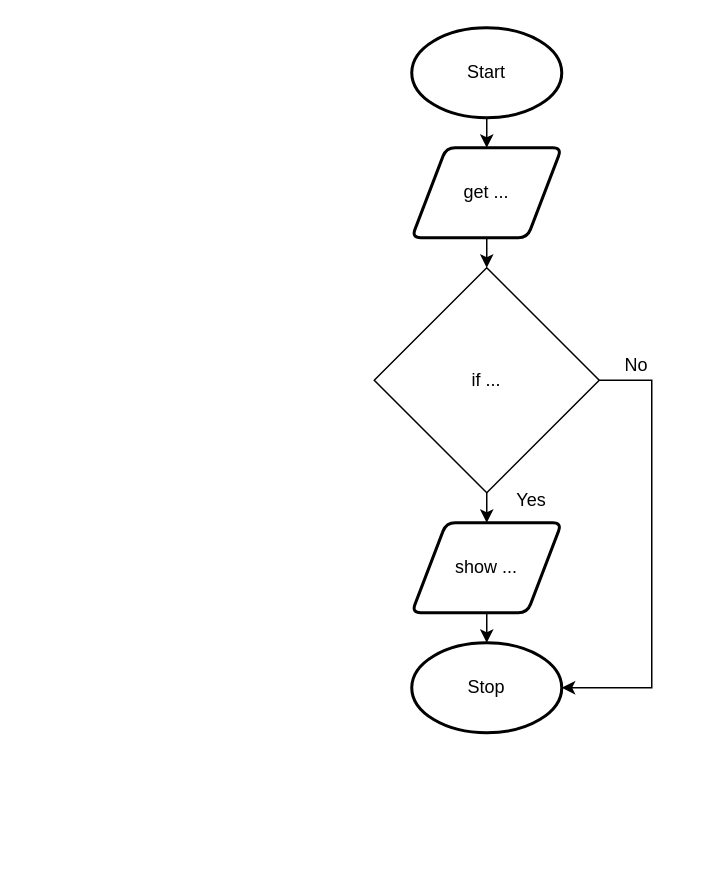
Before: drawio/flowchart/flowchart.drawio in Aidan-Lalonde-Novales/ICS3U-Unit4-07-Python, a draw.io diagram. Source tidied: cells renumbered, new cells numbered last; positions are measured from the earlier drawing's top-left corner, leaving out a move shared by most shapes. Both pictures are drawn from the tidied source at 150%, with x=0, y=0 at pixel (374, 27).
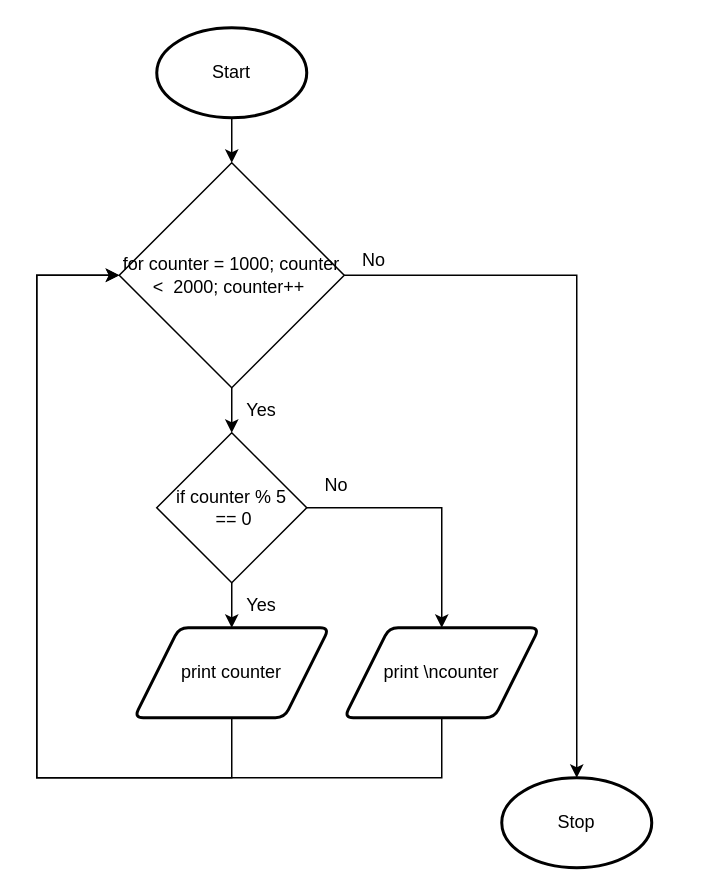
The same diagram, later.

Diff of the diagram source:
```diff
@@
-    <mxCell id="2" style="edgeStyle=none;html=1;exitX=0.5;exitY=1;exitDx=0;exitDy=0;exitPerimeter=0;entryX=0.5;entryY=0;entryDx=0;entryDy=0;" parent="1" edge="1" source="3" target="5">
-      <mxGeometry relative="1" as="geometry" />
-    </mxCell>
+    <mxCell id="14" style="edgeStyle=none;html=1;exitX=0.5;exitY=1;exitDx=0;exitDy=0;exitPerimeter=0;entryX=0.5;entryY=0;entryDx=0;entryDy=0;" parent="1" edge="1" source="3" target="11">
+      <mxGeometry relative="1" as="geometry" />
+    </mxCell>
     <mxCell id="3" value="Start" style="strokeWidth=2;html=1;shape=mxgraph.flowchart.start_1;whiteSpace=wrap;" parent="1" vertex="1">
-      <mxGeometry x="25" width="100" height="60" as="geometry" />
+      <mxGeometry x="-145" width="100" height="60" as="geometry" />
     </mxCell>
-    <mxCell id="4" style="edgeStyle=none;html=1;exitX=0.5;exitY=1;exitDx=0;exitDy=0;entryX=0.5;entryY=0;entryDx=0;entryDy=0;" parent="1" edge="1" source="5">
-      <mxGeometry relative="1" as="geometry">
-        <mxPoint x="75" y="160" as="targetPoint" />
-      </mxGeometry>
-    </mxCell>
-    <mxCell id="5" value="get ..." style="shape=parallelogram;html=1;strokeWidth=2;perimeter=parallelogramPerimeter;whiteSpace=wrap;rounded=1;arcSize=12;size=0.23;" parent="1" vertex="1">
-      <mxGeometry x="25" y="80" width="100" height="60" as="geometry" />
-    </mxCell>
-    <mxCell id="6" style="edgeStyle=none;html=1;exitX=0.5;exitY=1;exitDx=0;exitDy=0;entryX=0.5;entryY=0;entryDx=0;entryDy=0;entryPerimeter=0;" parent="1" edge="1" source="7" target="8">
-      <mxGeometry relative="1" as="geometry" />
-    </mxCell>
+    <mxCell id="15" style="edgeStyle=none;rounded=0;html=1;exitX=0.5;exitY=1;exitDx=0;exitDy=0;entryX=0;entryY=0.5;entryDx=0;entryDy=0;" parent="1" edge="1" source="7" target="11">
+      <mxGeometry relative="1" as="geometry">
+        <Array as="points">
+          <mxPoint x="-95" y="500" />
+          <mxPoint x="-225" y="500" />
+          <mxPoint x="-225" y="165" />
+        </Array>
+      </mxGeometry>
+    </mxCell>
-    <mxCell id="7" value="show ..." style="shape=parallelogram;html=1;strokeWidth=2;perimeter=parallelogramPerimeter;whiteSpace=wrap;rounded=1;arcSize=12;size=0.23;" parent="1" vertex="1">
-      <mxGeometry x="25" y="330" width="100" height="60" as="geometry" />
+    <mxCell id="7" value="print counter" style="shape=parallelogram;html=1;strokeWidth=2;perimeter=parallelogramPerimeter;whiteSpace=wrap;rounded=1;arcSize=12;size=0.23;" parent="1" vertex="1">
+      <mxGeometry x="-160" y="400" width="130" height="60" as="geometry" />
     </mxCell>
     <mxCell id="8" value="Stop" style="strokeWidth=2;html=1;shape=mxgraph.flowchart.start_1;whiteSpace=wrap;" parent="1" vertex="1">
-      <mxGeometry x="25" y="410" width="100" height="60" as="geometry" />
+      <mxGeometry x="85" y="500" width="100" height="60" as="geometry" />
     </mxCell>
-    <mxCell id="9" style="edgeStyle=none;html=1;exitX=0.5;exitY=1;exitDx=0;exitDy=0;entryX=0.5;entryY=0;entryDx=0;entryDy=0;" parent="1" edge="1" source="11" target="7">
-      <mxGeometry relative="1" as="geometry" />
-    </mxCell>
+    <mxCell id="16" style="edgeStyle=none;html=1;exitX=0.5;exitY=1;exitDx=0;exitDy=0;entryX=0.5;entryY=0;entryDx=0;entryDy=0;" parent="1" edge="1" source="11" target="19">
+      <mxGeometry relative="1" as="geometry" />
+    </mxCell>
-    <mxCell id="10" style="edgeStyle=none;html=1;exitX=1;exitY=0.5;exitDx=0;exitDy=0;entryX=1;entryY=0.5;entryDx=0;entryDy=0;entryPerimeter=0;rounded=0;" parent="1" edge="1" source="11" target="8">
+    <mxCell id="10" style="edgeStyle=none;rounded=0;html=1;exitX=1;exitY=0.5;exitDx=0;exitDy=0;entryX=0.5;entryY=0;entryDx=0;entryDy=0;entryPerimeter=0;" parent="1" edge="1" source="11" target="8">
       <mxGeometry relative="1" as="geometry">
         <Array as="points">
-          <mxPoint x="185" y="235" />
-          <mxPoint x="185" y="440" />
+          <mxPoint x="135" y="165" />
         </Array>
       </mxGeometry>
     </mxCell>
-    <mxCell id="11" value="if ..." style="rhombus;whiteSpace=wrap;html=1;" parent="1" vertex="1">
-      <mxGeometry y="160" width="150" height="150" as="geometry" />
+    <mxCell id="11" value="for counter = 1000; counter &amp;lt;&amp;nbsp; 2000; counter++&amp;nbsp;" style="rhombus;whiteSpace=wrap;html=1;" parent="1" vertex="1">
+      <mxGeometry x="-170" y="90" width="150" height="150" as="geometry" />
     </mxCell>
     <mxCell id="12" value="Yes" style="text;html=1;strokeColor=none;fillColor=none;align=center;verticalAlign=middle;whiteSpace=wrap;rounded=0;" parent="1" vertex="1">
-      <mxGeometry x="75" y="300" width="60" height="30" as="geometry" />
+      <mxGeometry x="-95" y="240" width="40" height="30" as="geometry" />
     </mxCell>
     <mxCell id="13" value="No" style="text;html=1;strokeColor=none;fillColor=none;align=center;verticalAlign=middle;whiteSpace=wrap;rounded=0;" parent="1" vertex="1">
-      <mxGeometry x="145" y="210" width="60" height="30" as="geometry" />
+      <mxGeometry x="-45" y="290" width="40" height="30" as="geometry" />
     </mxCell>
+    <mxCell id="17" style="edgeStyle=none;html=1;exitX=0.5;exitY=1;exitDx=0;exitDy=0;entryX=0.5;entryY=0;entryDx=0;entryDy=0;" parent="1" edge="1" source="19" target="7">
+      <mxGeometry relative="1" as="geometry" />
+    </mxCell>
+    <mxCell id="18" style="edgeStyle=none;html=1;exitX=1;exitY=0.5;exitDx=0;exitDy=0;entryX=0.5;entryY=0;entryDx=0;entryDy=0;rounded=0;" parent="1" edge="1" source="19" target="22">
+      <mxGeometry relative="1" as="geometry">
+        <Array as="points">
+          <mxPoint x="45" y="320" />
+        </Array>
+      </mxGeometry>
+    </mxCell>
+    <mxCell id="19" value="if counter % 5&lt;br&gt;&amp;nbsp;== 0" style="rhombus;whiteSpace=wrap;html=1;" parent="1" vertex="1">
+      <mxGeometry x="-145" y="270" width="100" height="100" as="geometry" />
+    </mxCell>
+    <mxCell id="20" value="Yes" style="text;html=1;strokeColor=none;fillColor=none;align=center;verticalAlign=middle;whiteSpace=wrap;rounded=0;" parent="1" vertex="1">
+      <mxGeometry x="-95" y="370" width="40" height="30" as="geometry" />
+    </mxCell>
+    <mxCell id="21" style="edgeStyle=none;rounded=0;html=1;exitX=0.5;exitY=1;exitDx=0;exitDy=0;entryX=0;entryY=0.5;entryDx=0;entryDy=0;" parent="1" edge="1" source="22" target="11">
+      <mxGeometry relative="1" as="geometry">
+        <Array as="points">
+          <mxPoint x="45" y="500" />
+          <mxPoint x="-225" y="500" />
+          <mxPoint x="-225" y="165" />
+        </Array>
+      </mxGeometry>
+    </mxCell>
+    <mxCell id="22" value="print \ncounter" style="shape=parallelogram;html=1;strokeWidth=2;perimeter=parallelogramPerimeter;whiteSpace=wrap;rounded=1;arcSize=12;size=0.23;" parent="1" vertex="1">
+      <mxGeometry x="-20" y="400" width="130" height="60" as="geometry" />
+    </mxCell>
+    <mxCell id="23" value="No" style="text;html=1;strokeColor=none;fillColor=none;align=center;verticalAlign=middle;whiteSpace=wrap;rounded=0;" parent="1" vertex="1">
+      <mxGeometry x="-20" y="140" width="40" height="30" as="geometry" />
+    </mxCell>
```
